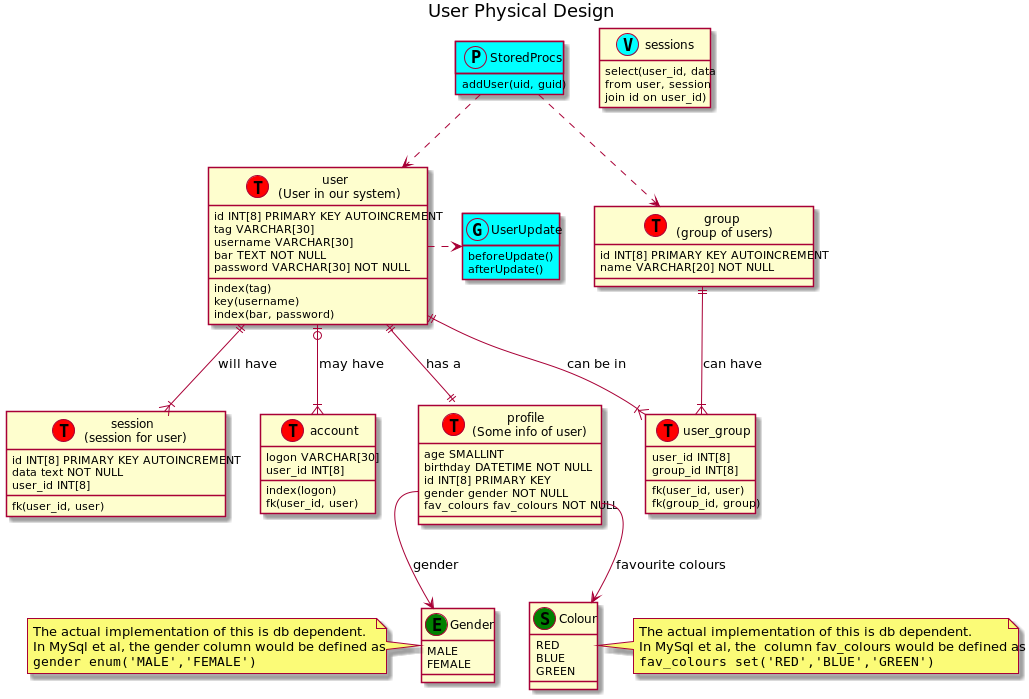
Above: examples/User_Physical.png in chippyash/db-plantuml (PlantUML), before the change.
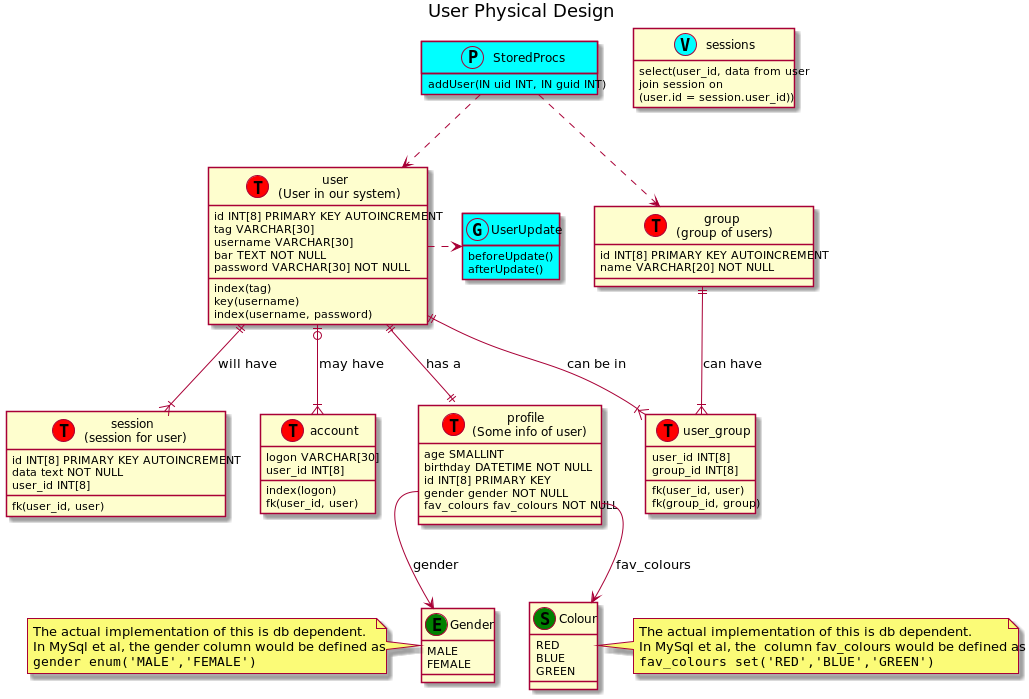
Later version of the same file.

Change to the diagram source:
```diff
@@ -30,7 +30,7 @@
 	key(username)
 	bar TEXT NOT NULL
 	password VARCHAR[30] NOT NULL
-	index(bar, password)
+	index(username, password)
 }
 
 		class session as "session\n(session for user)" << (T,red)Table >> {
@@ -88,7 +88,7 @@
 	GREEN
 }
 	profile : fav_colours fav_colours NOT NULL
-	profile::fav_colours --> fav_colours : favourite colours
+	profile::fav_colours --> fav_colours : fav_colours
 note right of fav_colours
 The actual implementation of this is db dependent.
 In MySql et al, the  column fav_colours would be defined as
@@ -97,7 +97,7 @@
 show methods
 
 class "sessions" as v1 << (V,cyan)View >> {
-select(user_id, data\nfrom user, session\njoin id on user_id)
+select(user_id, data from user\njoin session on\n(user.id = session.user_id))
 }
 
 class "UserUpdate" as t1 << (G, Cyan)Trigger >> #cyan {
@@ -106,7 +106,7 @@
 }
 	user .> t1
 class "StoredProcs" as p1 << (P, Cyan)Proc >> #cyan {
-	addUser(uid, guid)
+	addUser(IN uid INT, IN guid INT)
 }
 	p1 ..> user
 	p1 ..> group
```
